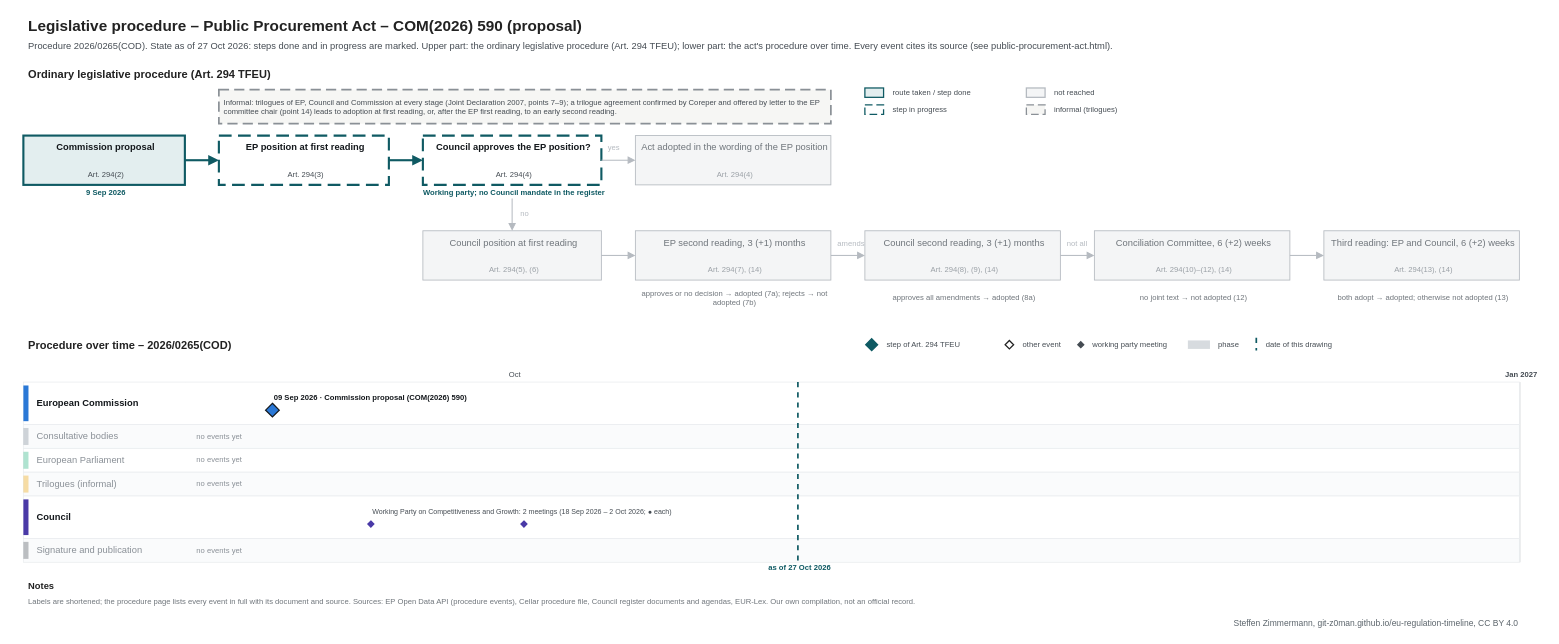
This is procedures/public-procurement-act.drawio from git-z0man/eu-regulation-timeline, a draw.io file, before an edit. Source tidied: cells renumbered, new cells numbered last; positions are measured from the earlier drawing's top-left corner, leaving out a move shared by most shapes. Both pictures are drawn from the tidied source at 85%, with x=0, y=0 at pixel (14, 14).
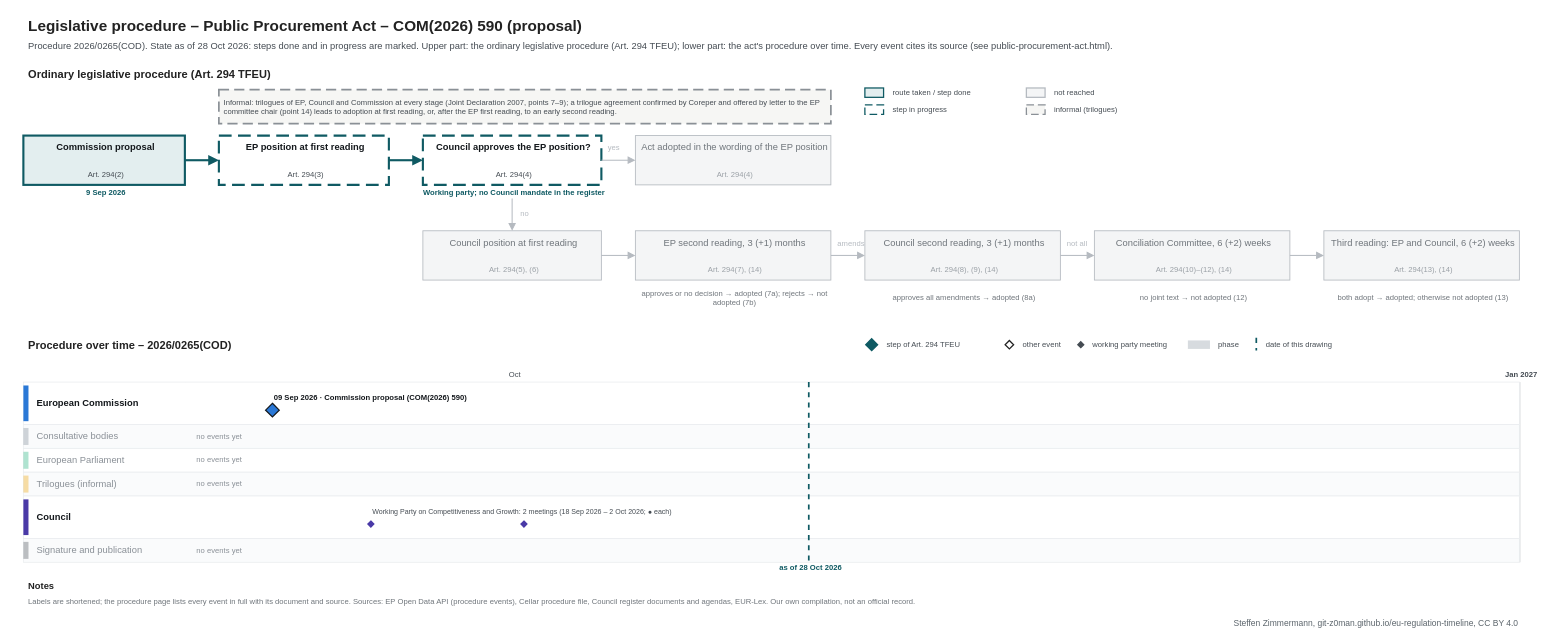
The same page after the edit.

The edit, as a diff of the source:
```diff
@@
-    <mxCell id="3" value="Procedure 2026/0265(COD). State as of 27 Oct 2026: steps done and in progress are marked. Upper part: the ordinary legislative procedure (Art. 294 TFEU); lower part: the act's procedure over time. Every event cites its source (see public-procurement-act.html)." style="text;html=1;fontSize=11;fontColor=#454c53;align=left;verticalAlign=middle;spacingLeft=4;" parent="1" vertex="1">
+    <mxCell id="3" value="Procedure 2026/0265(COD). State as of 28 Oct 2026: steps done and in progress are marked. Upper part: the ordinary legislative procedure (Art. 294 TFEU); lower part: the act's procedure over time. Every event cites its source (see public-procurement-act.html)." style="text;html=1;fontSize=11;fontColor=#454c53;align=left;verticalAlign=middle;spacingLeft=4;" parent="1" vertex="1">
       <mxGeometry x="10" y="28" width="1700" height="18" as="geometry" />
     </mxCell>
@@
     <mxCell id="100" style="line;html=1;strokeWidth=2;strokeColor=#0f5a63;direction=south;dashed=1;" parent="1" vertex="1">
-      <mxGeometry x="920.7" y="432" width="1" height="212" as="geometry" />
+      <mxGeometry x="933.5" y="432" width="1" height="212" as="geometry" />
     </mxCell>
-    <mxCell id="101" value="as of 27 Oct 2026" style="text;html=1;fontSize=9;fontColor=#0f5a63;align=center;verticalAlign=middle;spacingLeft=4;fontStyle=1;" parent="1" vertex="1">
-      <mxGeometry x="860.7" y="645" width="120" height="12" as="geometry" />
+    <mxCell id="101" value="as of 28 Oct 2026" style="text;html=1;fontSize=9;fontColor=#0f5a63;align=center;verticalAlign=middle;spacingLeft=4;fontStyle=1;" parent="1" vertex="1">
+      <mxGeometry x="873.5" y="645" width="120" height="12" as="geometry" />
     </mxCell>
```
